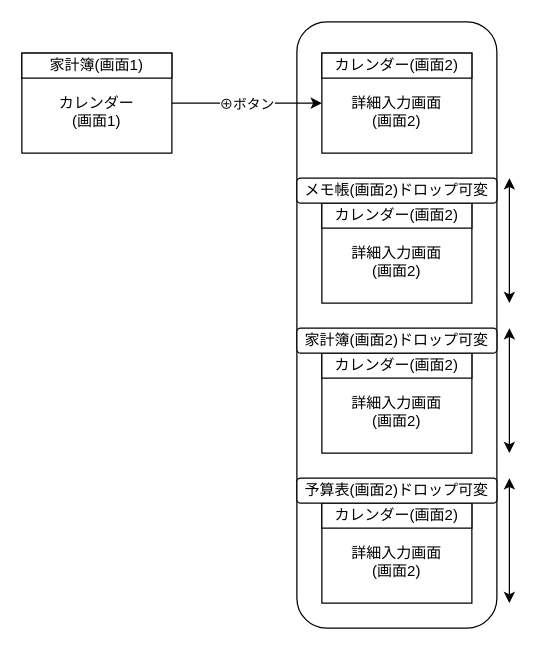
Earlier version of the draw.io diagram page "画面遷移図" (1 of 4) of drawio/Expenses_Calendar.drawio (maimai1307/Expenses_Calendar). Source tidied: cells renumbered, new cells numbered last; positions are measured from the earlier drawing's top-left corner, leaving out a move shared by most shapes. Both pictures are drawn from the tidied source at 125%, with x=0, y=0 at pixel (21, 21).
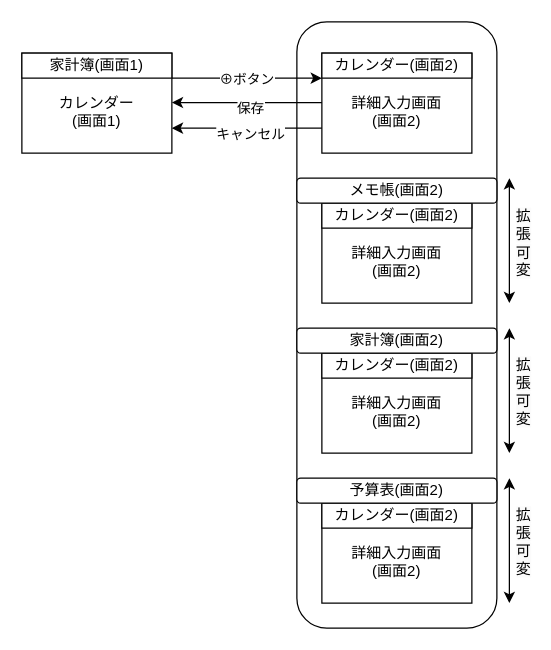
The same page after the edit.

Commit message (it also covers changes not shown here):
README画面遷移図,レイアウト図追加

Unchanged cells that the change refers to:
```xml
<mxCell id="5" value="&lt;div&gt;&lt;br&gt;&lt;/div&gt;カレンダー&lt;div&gt;(画面1)&lt;/div&gt;" style="rounded=0;whiteSpace=wrap;html=1;" parent="1" vertex="1">
  <mxGeometry y="25" width="120" height="80" as="geometry" />
</mxCell>
<mxCell id="7" value="&lt;div&gt;&lt;br&gt;&lt;/div&gt;&lt;div&gt;詳細入力画面&lt;/div&gt;&lt;div&gt;(画面2)&lt;/div&gt;" style="rounded=0;whiteSpace=wrap;html=1;" parent="1" vertex="1">
  <mxGeometry x="240" y="25" width="120" height="80" as="geometry" />
</mxCell>
<mxCell id="13" style="endArrow=classic;startArrow=classic;html=1;" parent="1" edge="1">
  <mxGeometry relative="1" as="geometry">
    <mxPoint x="390" y="225" as="sourcePoint" />
    <mxPoint x="390" y="125" as="targetPoint" />
  </mxGeometry>
</mxCell>
```

Change to the diagram source:
```diff
@@
-    <mxCell id="3" style="edgeStyle=none;html=1;entryX=0;entryY=0.5;entryDx=0;entryDy=0;" parent="1" edge="1" source="5" target="7">
+    <mxCell id="3" style="edgeStyle=none;html=1;entryX=0;entryY=0.25;entryDx=0;entryDy=0;exitX=1;exitY=0.25;exitDx=0;exitDy=0;" parent="1" edge="1" source="5" target="7">
       <mxGeometry relative="1" as="geometry" />
     </mxCell>
@@
+    <mxCell id="21" value="&lt;span style=&quot;color: rgb(0, 0, 0); font-size: 12px; text-wrap-mode: wrap; background-color: rgb(251, 251, 251);&quot;&gt;拡張可変&lt;/span&gt;" style="edgeLabel;html=1;align=center;verticalAlign=middle;" parent="13" vertex="1">
+      <mxGeometry x="0.14" y="3" relative="1" as="geometry">
+        <mxPoint x="13" y="8" as="offset" />
+      </mxGeometry>
+    </mxCell>
-    <mxCell id="14" value="メモ帳(画面2)ドロップ可変" style="rounded=1;whiteSpace=wrap;html=1;" parent="1" vertex="1">
+    <mxCell id="14" value="メモ帳(画面2)" style="rounded=1;whiteSpace=wrap;html=1;" parent="1" vertex="1">
       <mxGeometry x="220" y="125" width="160" height="20" as="geometry" />
     </mxCell>
-    <mxCell id="15" value="家計簿(画面2)ドロップ可変" style="rounded=1;whiteSpace=wrap;html=1;" parent="1" vertex="1">
+    <mxCell id="15" value="家計簿(画面2)" style="rounded=1;whiteSpace=wrap;html=1;" parent="1" vertex="1">
       <mxGeometry x="220" y="245" width="160" height="20" as="geometry" />
     </mxCell>
@@
-    <mxCell id="19" value="予算表(画面2)ドロップ可変" style="rounded=1;whiteSpace=wrap;html=1;" parent="1" vertex="1">
+    <mxCell id="19" value="予算表(画面2)" style="rounded=1;whiteSpace=wrap;html=1;" parent="1" vertex="1">
       <mxGeometry x="220" y="365" width="160" height="20" as="geometry" />
     </mxCell>
@@
+    <mxCell id="22" style="endArrow=classic;html=1;entryX=1;entryY=0.75;entryDx=0;entryDy=0;exitX=0;exitY=0.75;exitDx=0;exitDy=0;" parent="1" edge="1" source="7" target="5">
+      <mxGeometry relative="1" as="geometry" />
+    </mxCell>
+    <mxCell id="23" value="キャンセル" style="edgeLabel;html=1;align=center;verticalAlign=middle;" parent="22" vertex="1">
+      <mxGeometry x="-0.03" y="4" relative="1" as="geometry" />
+    </mxCell>
+    <mxCell id="24" style="endArrow=classic;html=1;entryX=1;entryY=0.75;entryDx=0;entryDy=0;exitX=0;exitY=0.75;exitDx=0;exitDy=0;" parent="1" edge="1">
+      <mxGeometry relative="1" as="geometry">
+        <mxPoint x="240" y="64.5" as="sourcePoint" />
+        <mxPoint x="120" y="64.5" as="targetPoint" />
+      </mxGeometry>
+    </mxCell>
+    <mxCell id="25" value="保存" style="edgeLabel;html=1;align=center;verticalAlign=middle;" parent="24" vertex="1">
+      <mxGeometry x="-0.03" y="4" relative="1" as="geometry" />
+    </mxCell>
+    <mxCell id="26" value="&lt;span style=&quot;color: rgb(0, 0, 0); font-size: 12px; text-wrap-mode: wrap; background-color: rgb(251, 251, 251);&quot;&gt;拡張可変&lt;/span&gt;" style="edgeLabel;html=1;align=center;verticalAlign=middle;" parent="1" vertex="1">
+      <mxGeometry x="400" y="295" as="geometry" />
+    </mxCell>
+    <mxCell id="27" value="&lt;span style=&quot;color: rgb(0, 0, 0); font-size: 12px; text-wrap-mode: wrap; background-color: rgb(251, 251, 251);&quot;&gt;拡張可変&lt;/span&gt;" style="edgeLabel;html=1;align=center;verticalAlign=middle;" parent="1" vertex="1">
+      <mxGeometry x="400" y="415" as="geometry" />
+    </mxCell>
```
